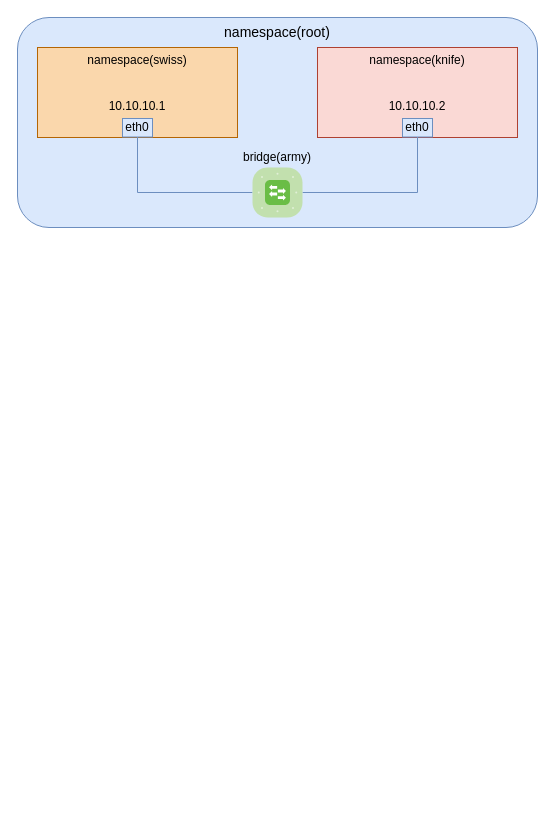
The draw.io diagram veth_and_bridge.drawio in qinxinliang/diagrams, before the edit. Source tidied: cells renumbered, new cells numbered last; positions are measured from the earlier drawing's top-left corner, leaving out a move shared by most shapes. Both pictures are drawn from the tidied source at 100%, with x=0, y=0 at pixel (17, 17).
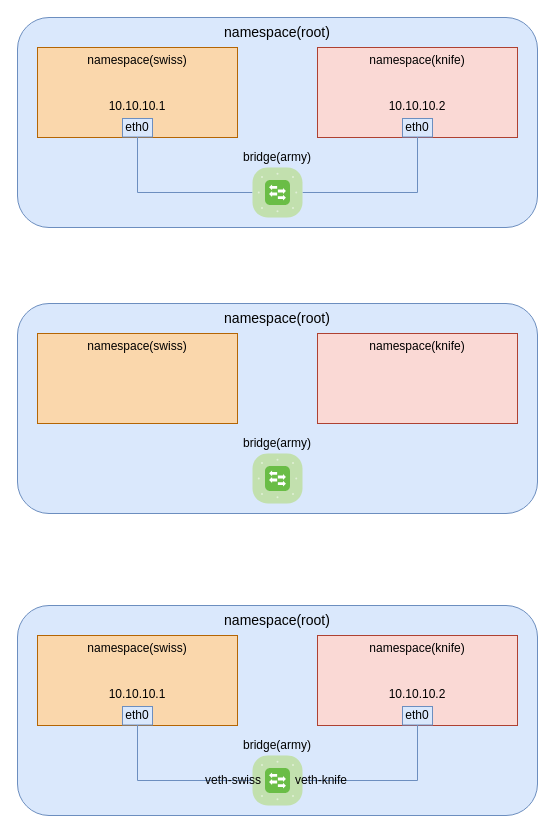
After the change.

What changed in the source:
```diff
@@
+    <mxCell id="15" value="namespace(root)" style="whiteSpace=wrap;html=1;fillColor=#dae8fc;fontSize=14;strokeColor=#6c8ebf;verticalAlign=top;comic=0;rounded=1;glass=0;shadow=0;" parent="1" vertex="1">
+      <mxGeometry y="286" width="520" height="210" as="geometry" />
+    </mxCell>
+    <mxCell id="16" style="rounded=0;whiteSpace=wrap;html=1;fillColor=#fad7ac;strokeColor=#b46504;comic=0;glass=0;shadow=0;" parent="1" vertex="1">
+      <mxGeometry x="20" y="316" width="200" height="90" as="geometry" />
+    </mxCell>
+    <mxCell id="17" style="rounded=0;whiteSpace=wrap;html=1;fillColor=#fad9d5;strokeColor=#ae4132;comic=0;glass=0;shadow=0;" parent="1" vertex="1">
+      <mxGeometry x="300" y="316" width="200" height="90" as="geometry" />
+    </mxCell>
+    <mxCell id="18" value="namespace(swiss)" style="text;html=1;strokeColor=none;fillColor=none;align=center;verticalAlign=middle;whiteSpace=wrap;rounded=0;comic=0;" parent="1" vertex="1">
+      <mxGeometry x="70" y="319" width="100" height="20" as="geometry" />
+    </mxCell>
+    <mxCell id="19" value="namespace(knife)" style="text;html=1;strokeColor=none;fillColor=none;align=center;verticalAlign=middle;whiteSpace=wrap;rounded=0;comic=0;" parent="1" vertex="1">
+      <mxGeometry x="350" y="319" width="100" height="20" as="geometry" />
+    </mxCell>
+    <mxCell id="20" value="bridge(army)" style="text;html=1;strokeColor=none;fillColor=none;align=center;verticalAlign=middle;whiteSpace=wrap;rounded=0;comic=0;" parent="1" vertex="1">
+      <mxGeometry x="210" y="416" width="100" height="20" as="geometry" />
+    </mxCell>
+    <mxCell id="21" style="verticalLabelPosition=bottom;sketch=0;html=1;fillColor=#6ABD46;strokeColor=#ffffff;verticalAlign=top;align=center;shape=mxgraph.cisco_safe.compositeIcon;bgIcon=mxgraph.cisco_safe.architecture.generic_appliance;resIcon=mxgraph.cisco_safe.architecture.switch;" parent="1" vertex="1">
+      <mxGeometry x="235" y="436" width="50" height="50" as="geometry" />
+    </mxCell>
+    <mxCell id="22" value="namespace(root)" style="whiteSpace=wrap;html=1;fillColor=#dae8fc;fontSize=14;strokeColor=#6c8ebf;verticalAlign=top;comic=0;rounded=1;glass=0;shadow=0;" parent="1" vertex="1">
+      <mxGeometry y="588" width="520" height="210" as="geometry" />
+    </mxCell>
+    <mxCell id="23" style="rounded=0;whiteSpace=wrap;html=1;fillColor=#fad7ac;strokeColor=#b46504;comic=0;glass=0;shadow=0;" parent="1" vertex="1">
+      <mxGeometry x="20" y="618" width="200" height="90" as="geometry" />
+    </mxCell>
+    <mxCell id="24" style="rounded=0;whiteSpace=wrap;html=1;fillColor=#fad9d5;strokeColor=#ae4132;comic=0;glass=0;shadow=0;" parent="1" vertex="1">
+      <mxGeometry x="300" y="618" width="200" height="90" as="geometry" />
+    </mxCell>
+    <mxCell id="25" value="eth0" style="rounded=0;whiteSpace=wrap;html=1;comic=0;strokeColor=#6c8ebf;fillColor=#dae8fc;" parent="1" vertex="1">
+      <mxGeometry x="105" y="689" width="30" height="18.5" as="geometry" />
+    </mxCell>
+    <mxCell id="26" value="eth0" style="rounded=0;whiteSpace=wrap;html=1;comic=0;strokeColor=#6c8ebf;fillColor=#dae8fc;" parent="1" vertex="1">
+      <mxGeometry x="385" y="689" width="30" height="18.5" as="geometry" />
+    </mxCell>
+    <mxCell id="27" style="endArrow=none;html=1;entryX=0.5;entryY=1;entryDx=0;entryDy=0;exitX=0;exitY=0.5;exitDx=0;exitDy=0;strokeColor=#6c8ebf;rounded=0;fillColor=#dae8fc;strokeWidth=1;comic=0;exitPerimeter=0;" parent="1" edge="1" source="32" target="25">
+      <mxGeometry relative="1" as="geometry">
+        <Array as="points">
+          <mxPoint x="120" y="763" />
+        </Array>
+      </mxGeometry>
+    </mxCell>
+    <mxCell id="28" style="endArrow=none;html=1;entryX=0.5;entryY=1;entryDx=0;entryDy=0;exitX=1;exitY=0.5;exitDx=0;exitDy=0;strokeColor=#6c8ebf;rounded=0;fillColor=#dae8fc;strokeWidth=1;comic=0;exitPerimeter=0;" parent="1" edge="1" source="32" target="26">
+      <mxGeometry relative="1" as="geometry">
+        <Array as="points">
+          <mxPoint x="400" y="763" />
+        </Array>
+      </mxGeometry>
+    </mxCell>
+    <mxCell id="29" value="namespace(swiss)" style="text;html=1;strokeColor=none;fillColor=none;align=center;verticalAlign=middle;whiteSpace=wrap;rounded=0;comic=0;" parent="1" vertex="1">
+      <mxGeometry x="70" y="621" width="100" height="20" as="geometry" />
+    </mxCell>
+    <mxCell id="30" value="namespace(knife)" style="text;html=1;strokeColor=none;fillColor=none;align=center;verticalAlign=middle;whiteSpace=wrap;rounded=0;comic=0;" parent="1" vertex="1">
+      <mxGeometry x="350" y="621" width="100" height="20" as="geometry" />
+    </mxCell>
+    <mxCell id="31" value="bridge(army)" style="text;html=1;strokeColor=none;fillColor=none;align=center;verticalAlign=middle;whiteSpace=wrap;rounded=0;comic=0;" parent="1" vertex="1">
+      <mxGeometry x="210" y="718" width="100" height="20" as="geometry" />
+    </mxCell>
+    <mxCell id="32" style="verticalLabelPosition=bottom;sketch=0;html=1;fillColor=#6ABD46;strokeColor=#ffffff;verticalAlign=top;align=center;points=[[0.085,0.085,0],[0.915,0.085,0],[0.915,0.915,0],[0.085,0.915,0],[0.25,0,0],[0.5,0,0],[0.75,0,0],[1,0.25,0],[1,0.5,0],[1,0.75,0],[0.75,1,0],[0.5,1,0],[0.25,1,0],[0,0.75,0],[0,0.5,0],[0,0.25,0]];shape=mxgraph.cisco_safe.compositeIcon;bgIcon=mxgraph.cisco_safe.architecture.generic_appliance;resIcon=mxgraph.cisco_safe.architecture.switch;" parent="1" vertex="1">
+      <mxGeometry x="235" y="738" width="50" height="50" as="geometry" />
+    </mxCell>
+    <mxCell id="33" value="veth‐swiss" style="text;html=1;strokeColor=none;fillColor=none;align=center;verticalAlign=middle;whiteSpace=wrap;rounded=0;" parent="1" vertex="1">
+      <mxGeometry x="186" y="748" width="60" height="30" as="geometry" />
+    </mxCell>
+    <mxCell id="34" value="veth‐knife" style="text;html=1;strokeColor=none;fillColor=none;align=center;verticalAlign=middle;whiteSpace=wrap;rounded=0;" parent="1" vertex="1">
+      <mxGeometry x="274" y="748" width="60" height="30" as="geometry" />
+    </mxCell>
+    <mxCell id="35" value="10.10.10.1" style="text;html=1;strokeColor=none;fillColor=none;align=center;verticalAlign=middle;whiteSpace=wrap;rounded=0;comic=0;" parent="1" vertex="1">
+      <mxGeometry x="70" y="667" width="100" height="20" as="geometry" />
+    </mxCell>
+    <mxCell id="36" value="10.10.10.2" style="text;html=1;strokeColor=none;fillColor=none;align=center;verticalAlign=middle;whiteSpace=wrap;rounded=0;comic=0;" parent="1" vertex="1">
+      <mxGeometry x="350" y="667" width="100" height="20" as="geometry" />
+    </mxCell>
```
